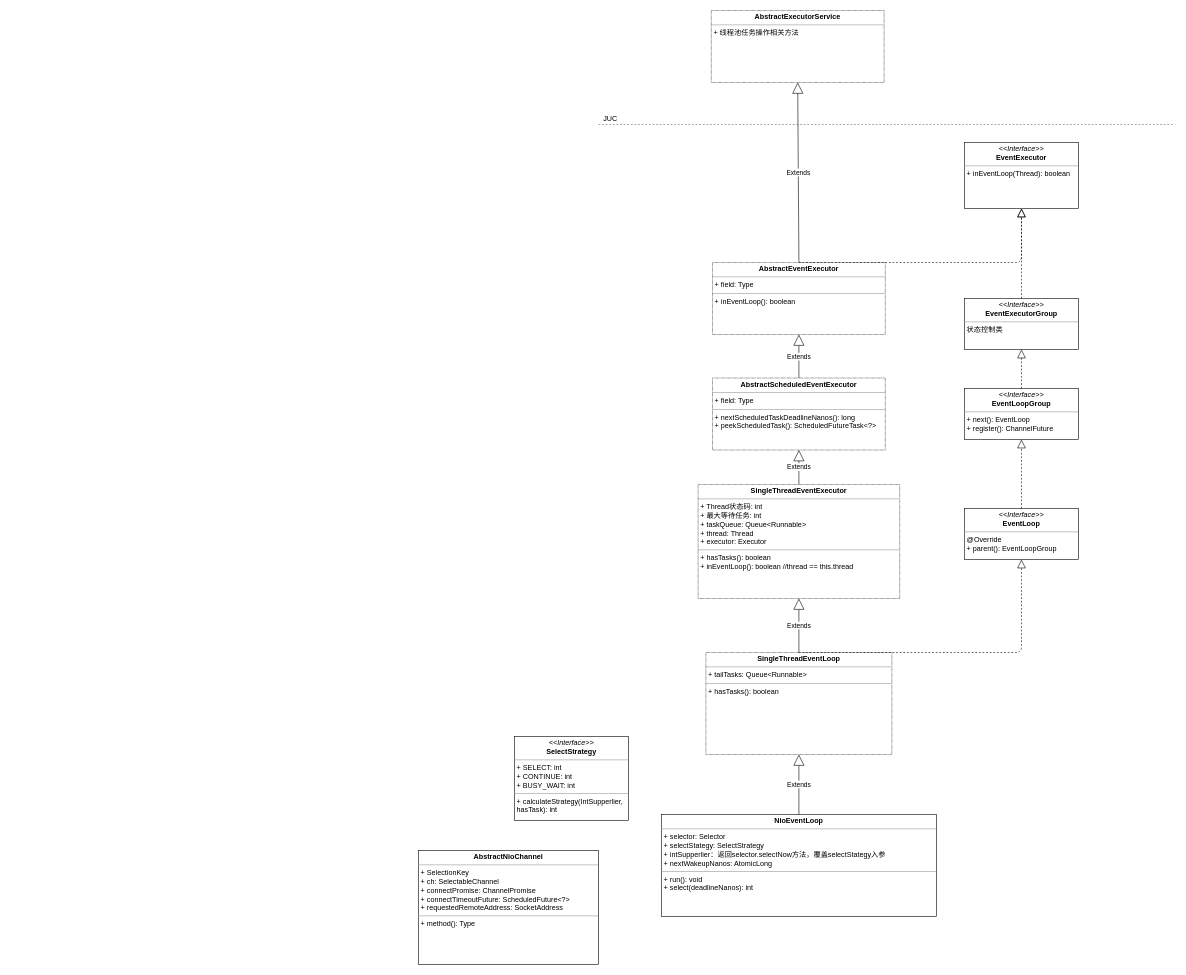
Above: page "NioEventLoop" (1 of 2) of netty.drawio in Echidnaaa/draw (draw.io), before the change. Source tidied: cells renumbered, new cells numbered last; positions are measured from the earlier drawing's top-left corner, leaving out a move shared by most shapes. Both pictures are drawn from the tidied source at 60%, with x=0, y=0 at pixel (418, 10).
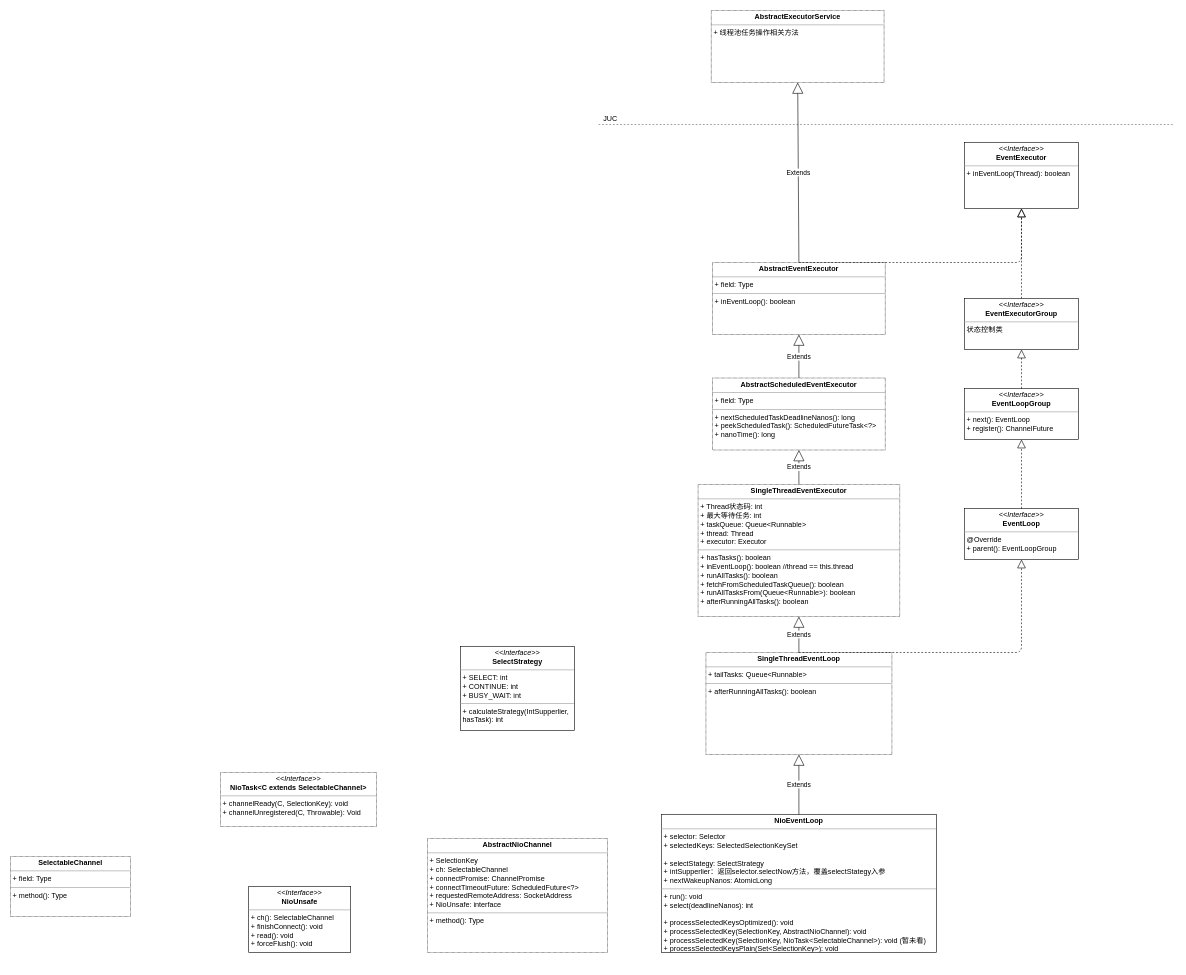
Above is the later version.

Change to the diagram source:
```diff
@@
-    <mxCell id="2" value="&lt;p style=&quot;margin: 0px ; margin-top: 4px ; text-align: center&quot;&gt;&lt;b&gt;SingleThreadEventExecutor&lt;/b&gt;&lt;/p&gt;&lt;hr size=&quot;1&quot;&gt;&lt;p style=&quot;margin: 0px ; margin-left: 4px&quot;&gt;+ Thread状态码: int&lt;/p&gt;&lt;p style=&quot;margin: 0px ; margin-left: 4px&quot;&gt;+ 最大等待任务: int&lt;/p&gt;&lt;p style=&quot;margin: 0px ; margin-left: 4px&quot;&gt;+ taskQueue: Queue&amp;lt;Runnable&amp;gt;&lt;/p&gt;&lt;p style=&quot;margin: 0px ; margin-left: 4px&quot;&gt;+ thread: Thread&lt;/p&gt;&lt;p style=&quot;margin: 0px ; margin-left: 4px&quot;&gt;+ executor: Executor&lt;/p&gt;&lt;hr size=&quot;1&quot;&gt;&lt;p style=&quot;margin: 0px ; margin-left: 4px&quot;&gt;+ hasTasks(): boolean&lt;/p&gt;&lt;p style=&quot;margin: 0px ; margin-left: 4px&quot;&gt;+ inEventLoop(): boolean //thread == this.thread&lt;/p&gt;" style="verticalAlign=top;align=left;overflow=fill;fontSize=12;fontFamily=Helvetica;html=1;dashed=1;dashPattern=1 1;" parent="1" vertex="1">
-      <mxGeometry x="466" y="790" width="336" height="190" as="geometry" />
+    <mxCell id="2" value="&lt;p style=&quot;margin: 0px ; margin-top: 4px ; text-align: center&quot;&gt;&lt;b&gt;SingleThreadEventExecutor&lt;/b&gt;&lt;/p&gt;&lt;hr size=&quot;1&quot;&gt;&lt;p style=&quot;margin: 0px ; margin-left: 4px&quot;&gt;+ Thread状态码: int&lt;/p&gt;&lt;p style=&quot;margin: 0px ; margin-left: 4px&quot;&gt;+ 最大等待任务: int&lt;/p&gt;&lt;p style=&quot;margin: 0px ; margin-left: 4px&quot;&gt;+ taskQueue: Queue&amp;lt;Runnable&amp;gt;&lt;/p&gt;&lt;p style=&quot;margin: 0px ; margin-left: 4px&quot;&gt;+ thread: Thread&lt;/p&gt;&lt;p style=&quot;margin: 0px ; margin-left: 4px&quot;&gt;+ executor: Executor&lt;/p&gt;&lt;hr size=&quot;1&quot;&gt;&lt;p style=&quot;margin: 0px ; margin-left: 4px&quot;&gt;+ hasTasks(): boolean&lt;/p&gt;&lt;p style=&quot;margin: 0px ; margin-left: 4px&quot;&gt;+ inEventLoop(): boolean //thread == this.thread&lt;/p&gt;&lt;p style=&quot;margin: 0px ; margin-left: 4px&quot;&gt;+ runAllTasks(): boolean&lt;/p&gt;&lt;p style=&quot;margin: 0px ; margin-left: 4px&quot;&gt;+ fetchFromScheduledTaskQueue(): boolean&lt;/p&gt;&lt;p style=&quot;margin: 0px ; margin-left: 4px&quot;&gt;+ runAllTasksFrom(Queue&amp;lt;Runnable&amp;gt;): boolean&lt;/p&gt;&lt;p style=&quot;margin: 0px ; margin-left: 4px&quot;&gt;+ afterRunningAllTasks(): boolean&lt;/p&gt;" style="verticalAlign=top;align=left;overflow=fill;fontSize=12;fontFamily=Helvetica;html=1;dashed=1;dashPattern=1 1;" parent="1" vertex="1">
+      <mxGeometry x="466" y="790" width="336" height="220" as="geometry" />
     </mxCell>
-    <mxCell id="3" value="&lt;p style=&quot;margin: 0px ; margin-top: 4px ; text-align: center&quot;&gt;&lt;b&gt;SingleThreadEventLoop&lt;/b&gt;&lt;/p&gt;&lt;hr size=&quot;1&quot;&gt;&lt;p style=&quot;margin: 0px ; margin-left: 4px&quot;&gt;+ tailTasks: Queue&amp;lt;Runnable&amp;gt;&lt;/p&gt;&lt;hr size=&quot;1&quot;&gt;&lt;p style=&quot;margin: 0px ; margin-left: 4px&quot;&gt;+ hasTasks(): boolean&lt;/p&gt;" style="verticalAlign=top;align=left;overflow=fill;fontSize=12;fontFamily=Helvetica;html=1;dashed=1;dashPattern=1 1;" parent="1" vertex="1">
+    <mxCell id="3" value="&lt;p style=&quot;margin: 0px ; margin-top: 4px ; text-align: center&quot;&gt;&lt;b&gt;SingleThreadEventLoop&lt;/b&gt;&lt;/p&gt;&lt;hr size=&quot;1&quot;&gt;&lt;p style=&quot;margin: 0px ; margin-left: 4px&quot;&gt;+ tailTasks: Queue&amp;lt;Runnable&amp;gt;&lt;/p&gt;&lt;hr size=&quot;1&quot;&gt;&lt;p style=&quot;margin: 0px ; margin-left: 4px&quot;&gt;+ afterRunningAllTasks(): boolean&lt;/p&gt;" style="verticalAlign=top;align=left;overflow=fill;fontSize=12;fontFamily=Helvetica;html=1;dashed=1;dashPattern=1 1;" parent="1" vertex="1">
       <mxGeometry x="479" y="1070" width="310" height="170" as="geometry" />
     </mxCell>
@@
-    <mxCell id="10" value="&lt;p style=&quot;margin: 0px ; margin-top: 4px ; text-align: center&quot;&gt;&lt;b&gt;NioEventLoop&lt;/b&gt;&lt;/p&gt;&lt;hr size=&quot;1&quot;&gt;&lt;p style=&quot;margin: 0px ; margin-left: 4px&quot;&gt;+ selector: Selector&lt;/p&gt;&lt;p style=&quot;margin: 0px ; margin-left: 4px&quot;&gt;+ selectStategy: SelectStrategy&lt;/p&gt;&lt;p style=&quot;margin: 0px ; margin-left: 4px&quot;&gt;+ intSupperlier：返回selector.selectNow方法，覆盖selectStategy入参&lt;/p&gt;&lt;p style=&quot;margin: 0px ; margin-left: 4px&quot;&gt;+ nextWakeupNanos: AtomicLong&lt;/p&gt;&lt;hr size=&quot;1&quot;&gt;&lt;p style=&quot;margin: 0px ; margin-left: 4px&quot;&gt;+ run(): void&lt;/p&gt;&lt;p style=&quot;margin: 0px ; margin-left: 4px&quot;&gt;+ select(deadlineNanos): int&lt;/p&gt;" style="verticalAlign=top;align=left;overflow=fill;fontSize=12;fontFamily=Helvetica;html=1;" parent="1" vertex="1">
-      <mxGeometry x="405" y="1340" width="458" height="170" as="geometry" />
+    <mxCell id="10" value="&lt;p style=&quot;margin: 0px ; margin-top: 4px ; text-align: center&quot;&gt;&lt;b&gt;NioEventLoop&lt;/b&gt;&lt;/p&gt;&lt;hr size=&quot;1&quot;&gt;&lt;p style=&quot;margin: 0px ; margin-left: 4px&quot;&gt;+ selector: Selector&lt;/p&gt;&lt;p style=&quot;margin: 0px ; margin-left: 4px&quot;&gt;+ selectedKeys: SelectedSelectionKeySet&lt;/p&gt;&lt;p style=&quot;margin: 0px ; margin-left: 4px&quot;&gt;&lt;br&gt;&lt;/p&gt;&lt;p style=&quot;margin: 0px ; margin-left: 4px&quot;&gt;+ selectStategy: SelectStrategy&lt;/p&gt;&lt;p style=&quot;margin: 0px ; margin-left: 4px&quot;&gt;+ intSupperlier：返回selector.selectNow方法，覆盖selectStategy入参&lt;/p&gt;&lt;p style=&quot;margin: 0px ; margin-left: 4px&quot;&gt;+ nextWakeupNanos: AtomicLong&lt;/p&gt;&lt;hr size=&quot;1&quot;&gt;&lt;p style=&quot;margin: 0px ; margin-left: 4px&quot;&gt;+ run(): void&lt;/p&gt;&lt;p style=&quot;margin: 0px ; margin-left: 4px&quot;&gt;+ select(deadlineNanos): int&lt;/p&gt;&lt;p style=&quot;margin: 0px ; margin-left: 4px&quot;&gt;&lt;br&gt;&lt;/p&gt;&lt;p style=&quot;margin: 0px ; margin-left: 4px&quot;&gt;+ processSelectedKeysOptimized(): void&lt;/p&gt;&lt;p style=&quot;margin: 0px ; margin-left: 4px&quot;&gt;+ processSelectedKey(SelectionKey, AbstractNioChannel): void&lt;/p&gt;&lt;p style=&quot;margin: 0px ; margin-left: 4px&quot;&gt;+ processSelectedKey(SelectionKey, NioTask&amp;lt;SelectableChannel&amp;gt;): void (暂未看)&lt;/p&gt;&lt;p style=&quot;margin: 0px ; margin-left: 4px&quot;&gt;+ processSelectedKeysPlain(Set&amp;lt;SelectionKey&amp;gt;): void&lt;/p&gt;" style="verticalAlign=top;align=left;overflow=fill;fontSize=12;fontFamily=Helvetica;html=1;" parent="1" vertex="1">
+      <mxGeometry x="405" y="1340" width="458" height="230" as="geometry" />
     </mxCell>
@@
     <mxCell id="12" value="&lt;p style=&quot;margin: 0px ; margin-top: 4px ; text-align: center&quot;&gt;&lt;i&gt;&amp;lt;&amp;lt;Interface&amp;gt;&amp;gt;&lt;/i&gt;&lt;br&gt;&lt;b&gt;SelectStrategy&lt;/b&gt;&lt;/p&gt;&lt;hr size=&quot;1&quot;&gt;&lt;p style=&quot;margin: 0px ; margin-left: 4px&quot;&gt;+ SELECT: int&lt;br&gt;+ CONTINUE: int&lt;/p&gt;&lt;p style=&quot;margin: 0px ; margin-left: 4px&quot;&gt;+ BUSY_WAIT: int&lt;/p&gt;&lt;hr size=&quot;1&quot;&gt;&lt;p style=&quot;margin: 0px ; margin-left: 4px&quot;&gt;+ calculateStrategy(IntSupperlier,&lt;/p&gt;&lt;p style=&quot;margin: 0px ; margin-left: 4px&quot;&gt;hasTask): int&lt;br&gt;&lt;/p&gt;" style="verticalAlign=top;align=left;overflow=fill;fontSize=12;fontFamily=Helvetica;html=1;" parent="1" vertex="1">
-      <mxGeometry x="160" y="1210" width="190" height="140" as="geometry" />
+      <mxGeometry x="70" y="1060" width="190" height="140" as="geometry" />
     </mxCell>
-    <mxCell id="13" value="&lt;p style=&quot;margin: 0px ; margin-top: 4px ; text-align: center&quot;&gt;&lt;b&gt;AbstractScheduledEventExecutor&lt;/b&gt;&lt;/p&gt;&lt;hr size=&quot;1&quot;&gt;&lt;p style=&quot;margin: 0px ; margin-left: 4px&quot;&gt;+ field: Type&lt;/p&gt;&lt;hr size=&quot;1&quot;&gt;&lt;p style=&quot;margin: 0px ; margin-left: 4px&quot;&gt;+ nextScheduledTaskDeadlineNanos(): long&lt;/p&gt;&lt;p style=&quot;margin: 0px ; margin-left: 4px&quot;&gt;+ peekScheduledTask(): ScheduledFutureTask&amp;lt;?&amp;gt;&lt;/p&gt;" style="verticalAlign=top;align=left;overflow=fill;fontSize=12;fontFamily=Helvetica;html=1;dashed=1;dashPattern=1 1;" parent="1" vertex="1">
+    <mxCell id="13" value="&lt;p style=&quot;margin: 0px ; margin-top: 4px ; text-align: center&quot;&gt;&lt;b&gt;AbstractScheduledEventExecutor&lt;/b&gt;&lt;/p&gt;&lt;hr size=&quot;1&quot;&gt;&lt;p style=&quot;margin: 0px ; margin-left: 4px&quot;&gt;+ field: Type&lt;/p&gt;&lt;hr size=&quot;1&quot;&gt;&lt;p style=&quot;margin: 0px ; margin-left: 4px&quot;&gt;+ nextScheduledTaskDeadlineNanos(): long&lt;/p&gt;&lt;p style=&quot;margin: 0px ; margin-left: 4px&quot;&gt;+ peekScheduledTask(): ScheduledFutureTask&amp;lt;?&amp;gt;&lt;/p&gt;&lt;p style=&quot;margin: 0px ; margin-left: 4px&quot;&gt;+ nanoTime(): long&lt;/p&gt;&lt;p style=&quot;margin: 0px ; margin-left: 4px&quot;&gt;&lt;br&gt;&lt;/p&gt;" style="verticalAlign=top;align=left;overflow=fill;fontSize=12;fontFamily=Helvetica;html=1;dashed=1;dashPattern=1 1;" parent="1" vertex="1">
       <mxGeometry x="490" y="612.5" width="288" height="120" as="geometry" />
     </mxCell>
@@
-    <mxCell id="25" value="&lt;p style=&quot;margin: 0px ; margin-top: 4px ; text-align: center&quot;&gt;&lt;b&gt;AbstractNioChannel&lt;/b&gt;&lt;/p&gt;&lt;hr size=&quot;1&quot;&gt;&lt;p style=&quot;margin: 0px ; margin-left: 4px&quot;&gt;+ SelectionKey&lt;/p&gt;&lt;p style=&quot;margin: 0px ; margin-left: 4px&quot;&gt;+ ch: SelectableChannel&lt;/p&gt;&lt;p style=&quot;margin: 0px ; margin-left: 4px&quot;&gt;+ connectPromise: ChannelPromise&lt;/p&gt;&lt;p style=&quot;margin: 0px ; margin-left: 4px&quot;&gt;+ connectTimeoutFuture: ScheduledFuture&amp;lt;?&amp;gt;&lt;/p&gt;&lt;p style=&quot;margin: 0px ; margin-left: 4px&quot;&gt;+ requestedRemoteAddress: SocketAddress&lt;/p&gt;&lt;hr size=&quot;1&quot;&gt;&lt;p style=&quot;margin: 0px ; margin-left: 4px&quot;&gt;+ method(): Type&lt;/p&gt;" style="verticalAlign=top;align=left;overflow=fill;fontSize=12;fontFamily=Helvetica;html=1;" parent="1" vertex="1">
-      <mxGeometry y="1400" width="300" height="190" as="geometry" />
+    <mxCell id="25" value="&lt;p style=&quot;margin: 0px ; margin-top: 4px ; text-align: center&quot;&gt;&lt;b&gt;AbstractNioChannel&lt;/b&gt;&lt;/p&gt;&lt;hr size=&quot;1&quot;&gt;&lt;p style=&quot;margin: 0px ; margin-left: 4px&quot;&gt;+ SelectionKey&lt;/p&gt;&lt;p style=&quot;margin: 0px ; margin-left: 4px&quot;&gt;+ ch: SelectableChannel&lt;/p&gt;&lt;p style=&quot;margin: 0px ; margin-left: 4px&quot;&gt;+ connectPromise: ChannelPromise&lt;/p&gt;&lt;p style=&quot;margin: 0px ; margin-left: 4px&quot;&gt;+ connectTimeoutFuture: ScheduledFuture&amp;lt;?&amp;gt;&lt;/p&gt;&lt;p style=&quot;margin: 0px ; margin-left: 4px&quot;&gt;+ requestedRemoteAddress: SocketAddress&lt;/p&gt;&lt;p style=&quot;margin: 0px ; margin-left: 4px&quot;&gt;+ NioUnsafe: interface&lt;/p&gt;&lt;hr size=&quot;1&quot;&gt;&lt;p style=&quot;margin: 0px ; margin-left: 4px&quot;&gt;+ method(): Type&lt;/p&gt;" style="verticalAlign=top;align=left;overflow=fill;fontSize=12;fontFamily=Helvetica;html=1;dashed=1;dashPattern=1 1;" parent="1" vertex="1">
+      <mxGeometry x="15" y="1380" width="300" height="190" as="geometry" />
     </mxCell>
+    <mxCell id="26" value="&lt;p style=&quot;margin: 0px ; margin-top: 4px ; text-align: center&quot;&gt;&lt;i&gt;&amp;lt;&amp;lt;Interface&amp;gt;&amp;gt;&lt;/i&gt;&lt;br&gt;&lt;b&gt;NioUnsafe&lt;/b&gt;&lt;/p&gt;&lt;hr size=&quot;1&quot;&gt;&lt;p style=&quot;margin: 0px ; margin-left: 4px&quot;&gt;+ ch(): SelectableChannel&lt;br&gt;+ finishConnect(): void&lt;/p&gt;&lt;p style=&quot;margin: 0px ; margin-left: 4px&quot;&gt;+ read(): void&lt;/p&gt;&lt;p style=&quot;margin: 0px ; margin-left: 4px&quot;&gt;+ forceFlush(): void&lt;/p&gt;" style="verticalAlign=top;align=left;overflow=fill;fontSize=12;fontFamily=Helvetica;html=1;" parent="1" vertex="1">
+      <mxGeometry x="-283" y="1460" width="170" height="110" as="geometry" />
+    </mxCell>
+    <mxCell id="27" value="&lt;p style=&quot;margin: 0px ; margin-top: 4px ; text-align: center&quot;&gt;&lt;b&gt;SelectableChannel&lt;/b&gt;&lt;/p&gt;&lt;hr size=&quot;1&quot;&gt;&lt;p style=&quot;margin: 0px ; margin-left: 4px&quot;&gt;+ field: Type&lt;/p&gt;&lt;hr size=&quot;1&quot;&gt;&lt;p style=&quot;margin: 0px ; margin-left: 4px&quot;&gt;+ method(): Type&lt;/p&gt;" style="verticalAlign=top;align=left;overflow=fill;fontSize=12;fontFamily=Helvetica;html=1;dashed=1;dashPattern=1 1;" parent="1" vertex="1">
+      <mxGeometry x="-680" y="1410" width="200" height="100" as="geometry" />
+    </mxCell>
+    <mxCell id="28" value="&lt;p style=&quot;margin: 0px ; margin-top: 4px ; text-align: center&quot;&gt;&lt;i&gt;&amp;lt;&amp;lt;Interface&amp;gt;&amp;gt;&lt;/i&gt;&lt;br&gt;&lt;b&gt;NioTask&amp;lt;C extends SelectableChannel&amp;gt;&lt;/b&gt;&lt;/p&gt;&lt;hr size=&quot;1&quot;&gt;&lt;p style=&quot;margin: 0px ; margin-left: 4px&quot;&gt;+ channelReady(C, SelectionKey): void&lt;br&gt;+ channelUnregistered(C, Throwable): Void&lt;/p&gt;" style="verticalAlign=top;align=left;overflow=fill;fontSize=12;fontFamily=Helvetica;html=1;dashed=1;dashPattern=1 1;" parent="1" vertex="1">
+      <mxGeometry x="-330" y="1270" width="260" height="90" as="geometry" />
+    </mxCell>
```
